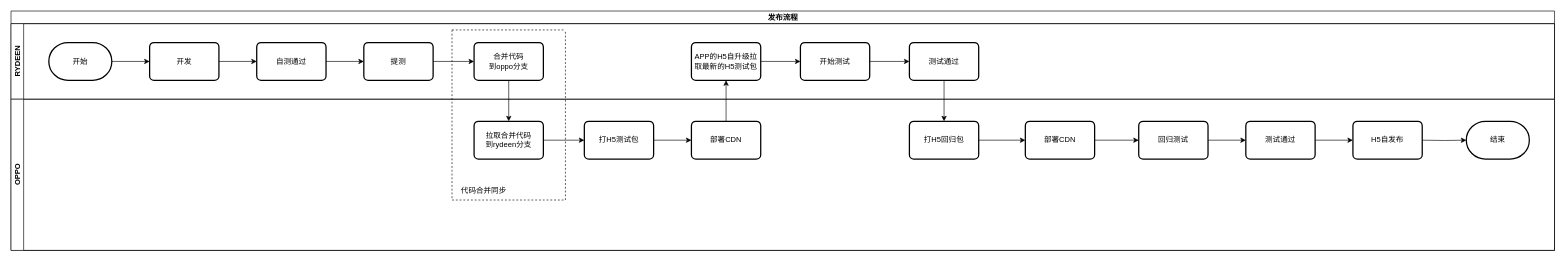
Earlier version of the draw.io diagram 协作开发流程图2.drawio (Hantron/jira). Source tidied: cells renumbered, new cells numbered last; positions are measured from the earlier drawing's top-left corner, leaving out a move shared by most shapes. Both pictures are drawn from the tidied source at 63%, with x=0, y=0 at pixel (11, 11).
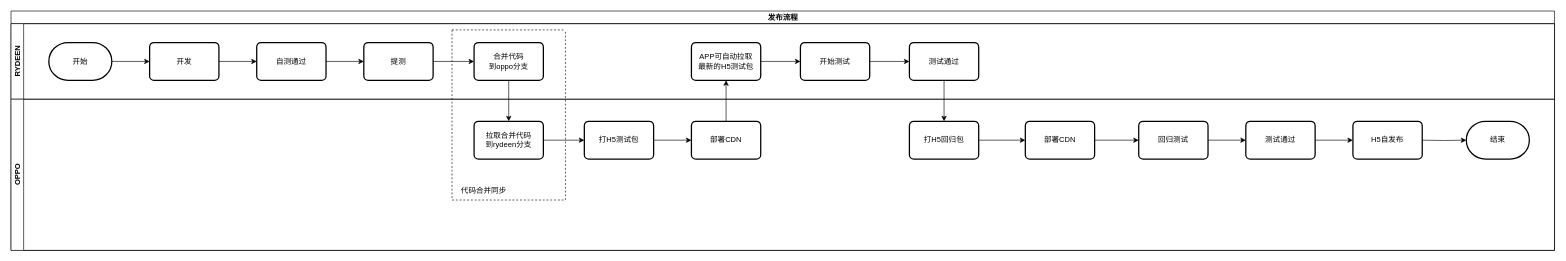
After the change.

Commit message (it also covers changes not shown here):
更新协作开发流程图2.drawio

The change refers to these unchanged cells:
```xml
<mxCell id="3" value="RYDEEN" style="swimlane;startSize=20;horizontal=0;html=1;" parent="2" vertex="1">
  <mxGeometry y="20" width="2450" height="120" as="geometry" />
</mxCell>
```

What changed in the source:
```diff
@@
-    <mxCell id="15" value="APP的H5自升级&lt;span style=&quot;background-color: initial;&quot;&gt;拉取最新的H5测试包&lt;/span&gt;" style="rounded=1;whiteSpace=wrap;html=1;absoluteArcSize=1;arcSize=14;strokeWidth=2;" parent="3" vertex="1">
+    <mxCell id="15" value="APP可自动&lt;span style=&quot;background-color: initial;&quot;&gt;拉取&lt;/span&gt;&lt;div&gt;&lt;span style=&quot;background-color: initial;&quot;&gt;最新的H5测试包&lt;/span&gt;&lt;/div&gt;" style="rounded=1;whiteSpace=wrap;html=1;absoluteArcSize=1;arcSize=14;strokeWidth=2;" parent="3" vertex="1">
       <mxGeometry x="1080" y="30" width="110" height="60" as="geometry" />
     </mxCell>
```
